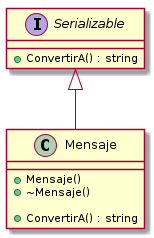
This is diagramas/clases/relacion_herencia_interfase.png from diegosanchez/invap-modulo-uml, a PlantUML export, as it was before one commit.
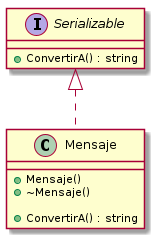
After the change.

Change to the diagram source:
```diff
@@ -4,6 +4,6 @@
 !include interfase_serializable.plantuml
 
 
-Serializable <|-- Mensaje
+Serializable <|.. Mensaje
 
 @enduml
```
